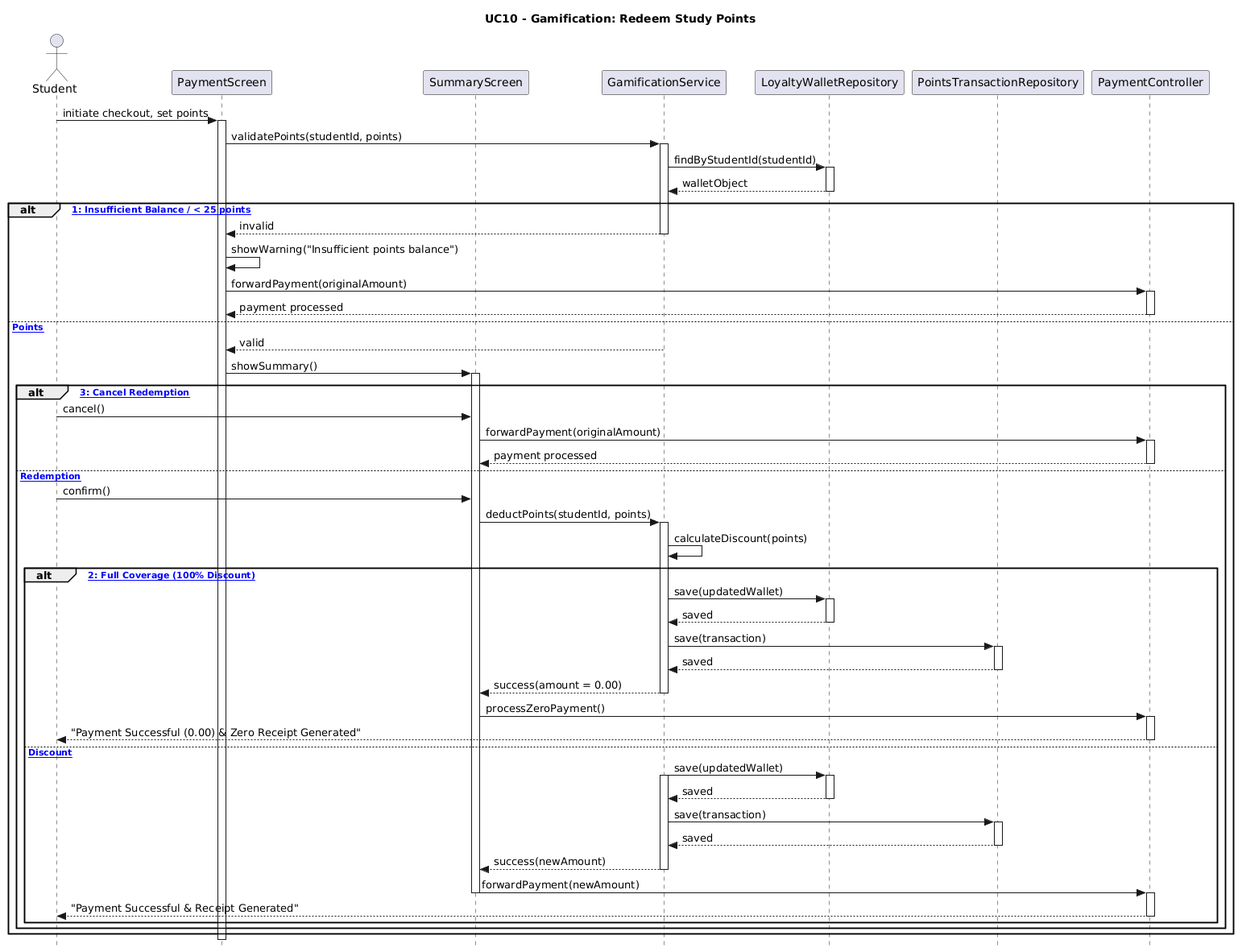
Before: uc10sd.png, a diagram exported from PlantUML (GTRIANTAF/Studdict). Source of this version:
```plantuml
@startuml
title UC10 - Gamification: Redeem Study Points

skinparam style strictuml

actor "Student" as Student
participant "PaymentScreen" as PaymentScreen
participant "SummaryScreen" as SummaryScreen
participant "GamificationService" as GameService
participant "LoyaltyWalletRepository" as WalletRepo
participant "PointsTransactionRepository" as TxRepo
participant "PaymentController" as FinalPayment

Student -> PaymentScreen : initiate checkout, set points
activate PaymentScreen

PaymentScreen -> GameService : validatePoints(studentId, points)
activate GameService

GameService -> WalletRepo : findByStudentId(studentId)
activate WalletRepo
WalletRepo --> GameService : walletObject
deactivate WalletRepo

alt [Alt 1: Insufficient Balance / < 25 points]
    GameService --> PaymentScreen : invalid
    deactivate GameService

    PaymentScreen -> PaymentScreen : showWarning("Insufficient points balance")

    PaymentScreen -> FinalPayment : forwardPayment(originalAmount)
    activate FinalPayment
    FinalPayment --> PaymentScreen : payment processed
    deactivate FinalPayment

else [Valid Points]
    GameService --> PaymentScreen : valid
    deactivate GameService

    PaymentScreen -> SummaryScreen : showSummary()
    activate SummaryScreen

    alt [Alt 3: Cancel Redemption]
        Student -> SummaryScreen : cancel()

        SummaryScreen -> FinalPayment : forwardPayment(originalAmount)
        activate FinalPayment
        FinalPayment --> SummaryScreen : payment processed
        deactivate FinalPayment

    else [Confirm Redemption]
        Student -> SummaryScreen : confirm()

        SummaryScreen -> GameService : deductPoints(studentId, points)
        activate GameService

        GameService -> GameService : calculateDiscount(points)

        alt [Alt 2: Full Coverage (100% Discount)]
            GameService -> WalletRepo : save(updatedWallet)
            activate WalletRepo
            WalletRepo --> GameService : saved
            deactivate WalletRepo

            GameService -> TxRepo : save(transaction)
            activate TxRepo
            TxRepo --> GameService : saved
            deactivate TxRepo

            GameService --> SummaryScreen : success(amount = 0.00)
            deactivate GameService

            SummaryScreen -> FinalPayment : processZeroPayment()
            activate FinalPayment
            FinalPayment --> Student : "Payment Successful (0.00) & Zero Receipt Generated"
            deactivate FinalPayment


        else [Partial Discount]
            GameService -> WalletRepo : save(updatedWallet)
            activate GameService
            activate WalletRepo
            WalletRepo --> GameService : saved
            deactivate WalletRepo

            GameService -> TxRepo : save(transaction)
            activate TxRepo
            TxRepo --> GameService : saved
            deactivate TxRepo

            GameService --> SummaryScreen : success(newAmount)
            deactivate GameService

            SummaryScreen -> FinalPayment : forwardPayment(newAmount)
            deactivate SummaryScreen
            activate FinalPayment
            FinalPayment --> Student : "Payment Successful & Receipt Generated"
            deactivate FinalPayment
        end
    end
    deactivate SummaryScreen
end
deactivate PaymentScreen
@enduml
```
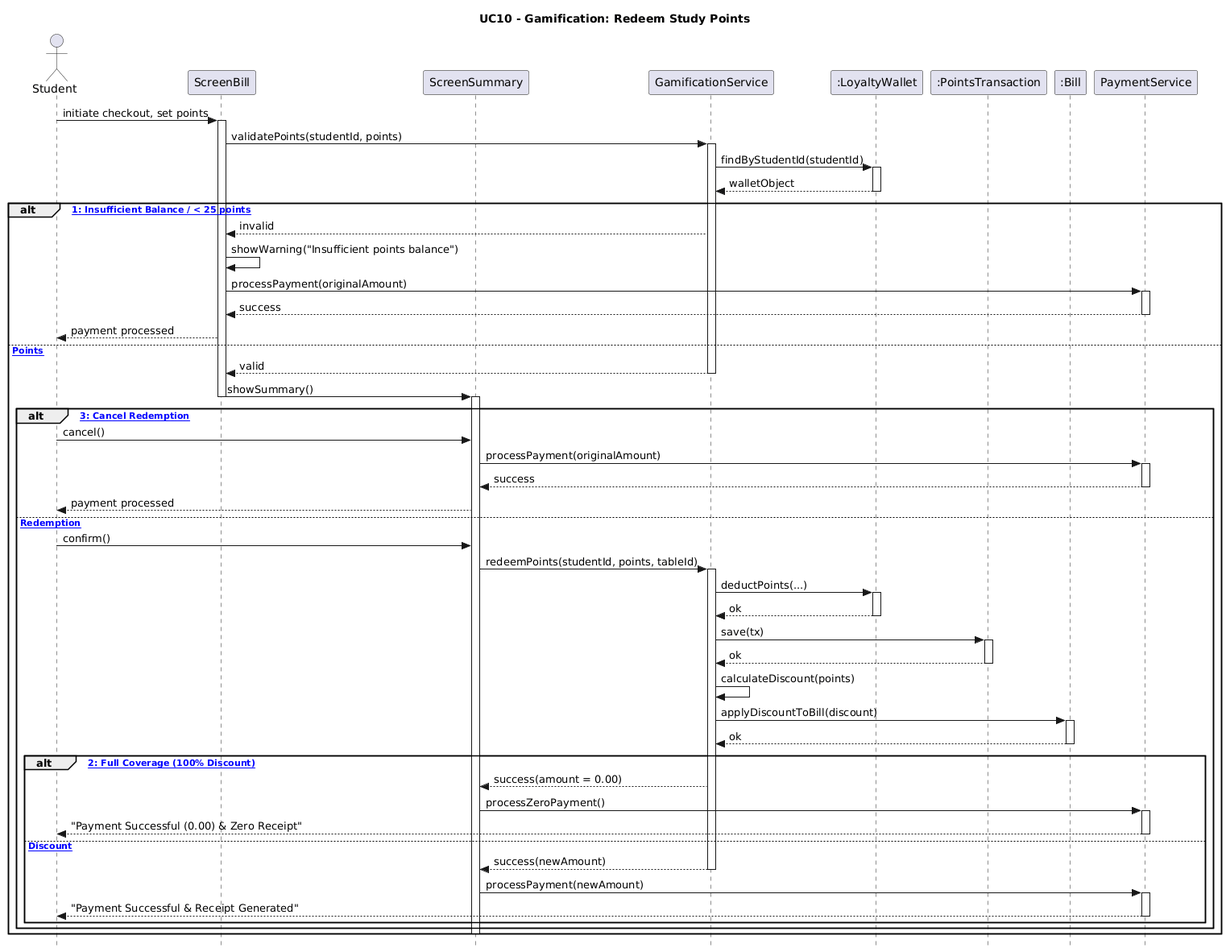
After the change.

Change to the diagram source:
```diff
@@ -4,101 +4,87 @@
 skinparam style strictuml
 
 actor "Student" as Student
-participant "PaymentScreen" as PaymentScreen
-participant "SummaryScreen" as SummaryScreen
+participant "ScreenBill" as ScreenBill
+participant "ScreenSummary" as SummaryScreen
 participant "GamificationService" as GameService
-participant "LoyaltyWalletRepository" as WalletRepo
-participant "PointsTransactionRepository" as TxRepo
-participant "PaymentController" as FinalPayment
+participant ":LoyaltyWallet" as LoyaltyWallet
+participant ":PointsTransaction" as PointsTransaction
+participant ":Bill" as Bill
+participant "PaymentService" as PaymentService
 
-Student -> PaymentScreen : initiate checkout, set points
-activate PaymentScreen
+Student -> ScreenBill : initiate checkout, set points
+activate ScreenBill
 
-PaymentScreen -> GameService : validatePoints(studentId, points)
+ScreenBill -> GameService : validatePoints(studentId, points)
 activate GameService
 
-GameService -> WalletRepo : findByStudentId(studentId)
-activate WalletRepo
-WalletRepo --> GameService : walletObject
-deactivate WalletRepo
+GameService -> LoyaltyWallet : findByStudentId(studentId)
+activate LoyaltyWallet
+LoyaltyWallet --> GameService : walletObject
+deactivate LoyaltyWallet
 
 alt [Alt 1: Insufficient Balance / < 25 points]
-    GameService --> PaymentScreen : invalid
+    GameService --> ScreenBill : invalid
+    ScreenBill -> ScreenBill : showWarning("Insufficient points balance")
+    ScreenBill -> PaymentService : processPayment(originalAmount)
+    activate PaymentService
+    PaymentService --> ScreenBill : success
+    deactivate PaymentService
+    ScreenBill --> Student : payment processed
+else [Valid Points]
+    GameService --> ScreenBill : valid
     deactivate GameService
 
-    PaymentScreen -> PaymentScreen : showWarning("Insufficient points balance")
-
-    PaymentScreen -> FinalPayment : forwardPayment(originalAmount)
-    activate FinalPayment
-    FinalPayment --> PaymentScreen : payment processed
-    deactivate FinalPayment
-
-else [Valid Points]
-    GameService --> PaymentScreen : valid
-    deactivate GameService
-
-    PaymentScreen -> SummaryScreen : showSummary()
+    ScreenBill -> SummaryScreen : showSummary()
+    deactivate ScreenBill
     activate SummaryScreen
 
     alt [Alt 3: Cancel Redemption]
         Student -> SummaryScreen : cancel()
-
-        SummaryScreen -> FinalPayment : forwardPayment(originalAmount)
-        activate FinalPayment
-        FinalPayment --> SummaryScreen : payment processed
-        deactivate FinalPayment
-
+        SummaryScreen -> PaymentService : processPayment(originalAmount)
+        activate PaymentService
+        PaymentService --> SummaryScreen : success
+        deactivate PaymentService
+        SummaryScreen --> Student : payment processed
     else [Confirm Redemption]
         Student -> SummaryScreen : confirm()
 
-        SummaryScreen -> GameService : deductPoints(studentId, points)
+        SummaryScreen -> GameService : redeemPoints(studentId, points, tableId)
         activate GameService
+
+        GameService -> LoyaltyWallet : deductPoints(...)
+        activate LoyaltyWallet
+        LoyaltyWallet --> GameService : ok
+        deactivate LoyaltyWallet
+
+        GameService -> PointsTransaction : save(tx)
+        activate PointsTransaction
+        PointsTransaction --> GameService : ok
+        deactivate PointsTransaction
 
         GameService -> GameService : calculateDiscount(points)
 
+        GameService -> Bill : applyDiscountToBill(discount)
+        activate Bill
+        Bill --> GameService : ok
+        deactivate Bill
+
         alt [Alt 2: Full Coverage (100% Discount)]
-            GameService -> WalletRepo : save(updatedWallet)
-            activate WalletRepo
-            WalletRepo --> GameService : saved
-            deactivate WalletRepo
-
-            GameService -> TxRepo : save(transaction)
-            activate TxRepo
-            TxRepo --> GameService : saved
-            deactivate TxRepo
-
             GameService --> SummaryScreen : success(amount = 0.00)
-            deactivate GameService
-
-            SummaryScreen -> FinalPayment : processZeroPayment()
-            activate FinalPayment
-            FinalPayment --> Student : "Payment Successful (0.00) & Zero Receipt Generated"
-            deactivate FinalPayment
-
-
+            SummaryScreen -> PaymentService : processZeroPayment()
+            activate PaymentService
+            PaymentService --> Student : "Payment Successful (0.00) & Zero Receipt"
+            deactivate PaymentService
         else [Partial Discount]
-            GameService -> WalletRepo : save(updatedWallet)
-            activate GameService
-            activate WalletRepo
-            WalletRepo --> GameService : saved
-            deactivate WalletRepo
-
-            GameService -> TxRepo : save(transaction)
-            activate TxRepo
-            TxRepo --> GameService : saved
-            deactivate TxRepo
-
             GameService --> SummaryScreen : success(newAmount)
             deactivate GameService
 
-            SummaryScreen -> FinalPayment : forwardPayment(newAmount)
-            deactivate SummaryScreen
-            activate FinalPayment
-            FinalPayment --> Student : "Payment Successful & Receipt Generated"
-            deactivate FinalPayment
+            SummaryScreen -> PaymentService : processPayment(newAmount)
+            activate PaymentService
+            PaymentService --> Student : "Payment Successful & Receipt Generated"
+            deactivate PaymentService
         end
     end
     deactivate SummaryScreen
 end
-deactivate PaymentScreen
 @enduml
```
